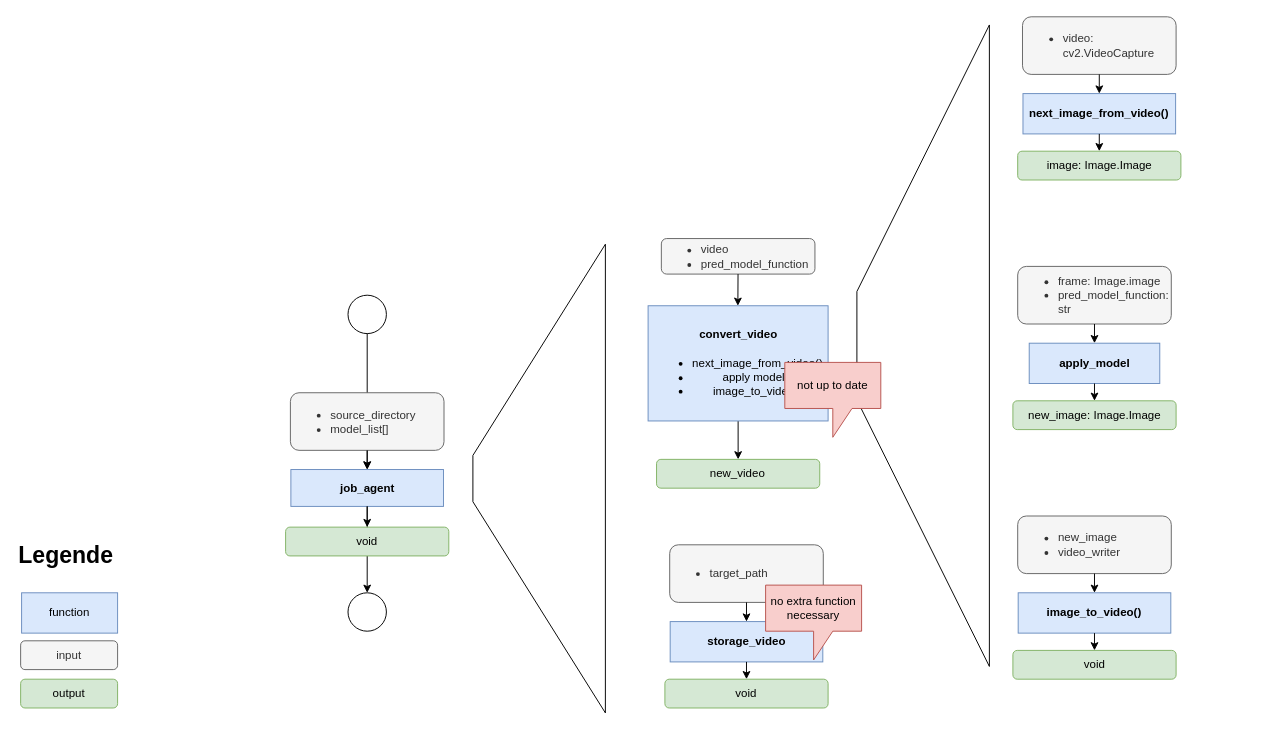
Before: doc/video_converter.drawio in domhel/2025_p03_policy_learning, a draw.io diagram. Source tidied: cells renumbered, new cells numbered last; positions are measured from the earlier drawing's top-left corner, leaving out a move shared by most shapes. Both pictures are drawn from the tidied source at 96%, with x=0, y=0 at pixel (16, 16).
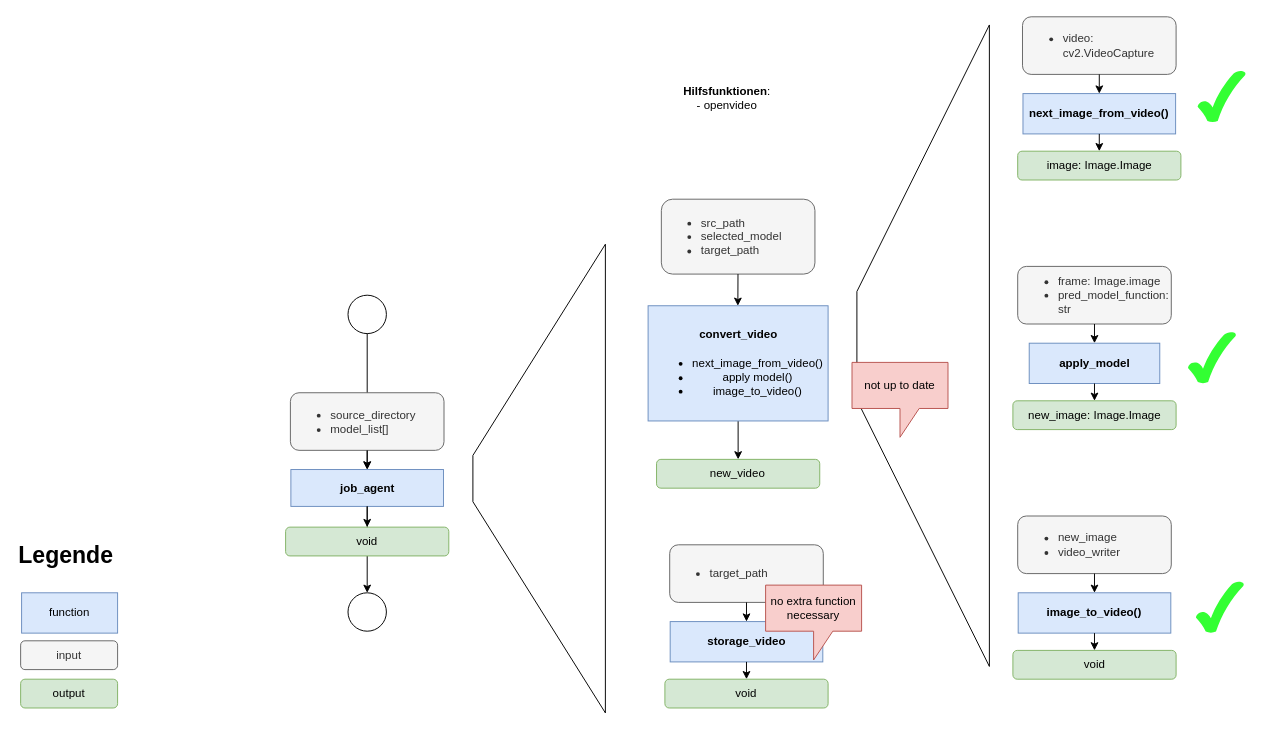
After the change.

Commit message:
status code_structure

Diff of the diagram source:
```diff
@@
-    <mxCell id="15" value="&lt;ul&gt;&lt;li&gt;video&lt;/li&gt;&lt;li&gt;pred_model_function&lt;/li&gt;&lt;/ul&gt;" style="rounded=1;whiteSpace=wrap;html=1;fillColor=#f5f5f5;fontColor=#333333;strokeColor=#666666;align=left;" parent="1" vertex="1">
-      <mxGeometry x="671.4" y="231" width="160" height="37" as="geometry" />
+    <mxCell id="15" value="&lt;ul&gt;&lt;li&gt;src_path&lt;/li&gt;&lt;li&gt;selected_model&lt;/li&gt;&lt;li&gt;target_path&lt;/li&gt;&lt;/ul&gt;" style="rounded=1;whiteSpace=wrap;html=1;fillColor=#f5f5f5;fontColor=#333333;strokeColor=#666666;align=left;" parent="1" vertex="1">
+      <mxGeometry x="671.4" y="190" width="160" height="78" as="geometry" />
     </mxCell>
@@
     <mxCell id="43" value="not up to date" style="shape=callout;whiteSpace=wrap;html=1;perimeter=calloutPerimeter;fillColor=#f8cecc;strokeColor=#b85450;" parent="1" vertex="1">
-      <mxGeometry x="800" y="360" width="100" height="78" as="geometry" />
+      <mxGeometry x="870" y="360" width="100" height="78" as="geometry" />
     </mxCell>
+    <mxCell id="44" style="verticalLabelPosition=bottom;verticalAlign=top;html=1;shape=mxgraph.basic.tick;fillColor=#33FF33;strokeColor=none;" parent="1" vertex="1">
+      <mxGeometry x="1230" y="56" width="50" height="54" as="geometry" />
+    </mxCell>
+    <mxCell id="45" style="verticalLabelPosition=bottom;verticalAlign=top;html=1;shape=mxgraph.basic.tick;fillColor=#33FF33;strokeColor=none;" parent="1" vertex="1">
+      <mxGeometry x="1220" y="328" width="50" height="54" as="geometry" />
+    </mxCell>
+    <mxCell id="46" style="verticalLabelPosition=bottom;verticalAlign=top;html=1;shape=mxgraph.basic.tick;fillColor=#33FF33;strokeColor=none;" parent="1" vertex="1">
+      <mxGeometry x="1228.2" y="588" width="50" height="54" as="geometry" />
+    </mxCell>
+    <mxCell id="47" value="&lt;b&gt;Hilfsfunktionen&lt;/b&gt;:&lt;div&gt;- openvideo&lt;/div&gt;" style="text;html=1;align=center;verticalAlign=middle;whiteSpace=wrap;rounded=0;" parent="1" vertex="1">
+      <mxGeometry x="710" y="70" width="60" height="30" as="geometry" />
+    </mxCell>
```
